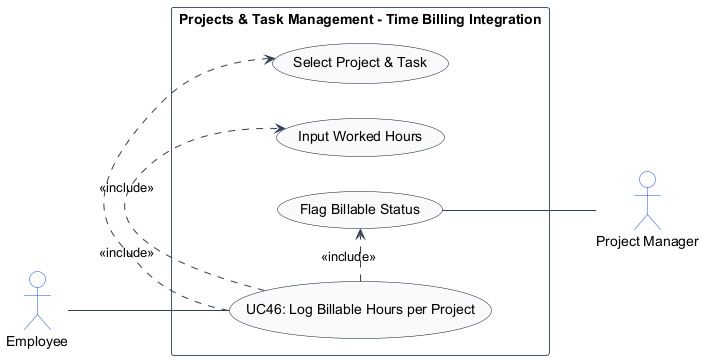
The PlantUML diagram usecase_images/UC46.png in TamBui1706/HRPlatform, before a commit. The source it was exported from:
```plantuml
@startuml
left to right direction
skinparam shadowing false
skinparam packageStyle rectangle
skinparam actorStyle stickman

skinparam ArrowColor #334155
skinparam ActorBorderColor #1d4ed8
skinparam ActorBackgroundColor #ffffff
skinparam UsecaseBorderColor #0f172a
skinparam UsecaseBackgroundColor #f8fafc
skinparam RectangleBorderColor #475569
skinparam RectangleBackgroundColor #ffffff

actor "Employee" as Employee
actor "Project Manager" as ProjectManager

rectangle "Projects & Task Management - Time Billing Integration" {
    usecase "UC46: Log Billable Hours per Project" as UC_Main
    usecase "Select Project & Task" as UC_SelectTask
    usecase "Input Worked Hours" as UC_InputHours
    usecase "Flag Billable Status" as UC_FlagBillable

    Employee -- UC_Main
    UC_Main .> UC_SelectTask : <<include>>
    UC_Main .> UC_InputHours : <<include>>
    UC_Main .> UC_FlagBillable : <<include>>
    UC_FlagBillable -- ProjectManager
}
@enduml
```
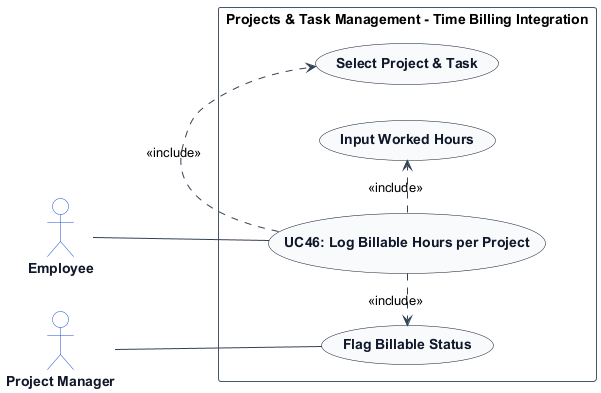
After the commit.

The edit, as a diff of the source:
```diff
@@ -7,8 +7,14 @@
 skinparam ArrowColor #334155
 skinparam ActorBorderColor #1d4ed8
 skinparam ActorBackgroundColor #ffffff
+skinparam ActorFontColor #0f172a
+skinparam ActorFontStyle bold
+
 skinparam UsecaseBorderColor #0f172a
 skinparam UsecaseBackgroundColor #f8fafc
+skinparam UsecaseFontColor #0f172a
+skinparam UsecaseFontStyle bold
+
 skinparam RectangleBorderColor #475569
 skinparam RectangleBackgroundColor #ffffff
 
@@ -22,9 +28,9 @@
     usecase "Flag Billable Status" as UC_FlagBillable
 
     Employee -- UC_Main
+    ProjectManager -- UC_FlagBillable
     UC_Main .> UC_SelectTask : <<include>>
     UC_Main .> UC_InputHours : <<include>>
     UC_Main .> UC_FlagBillable : <<include>>
-    UC_FlagBillable -- ProjectManager
 }
 @enduml
```
